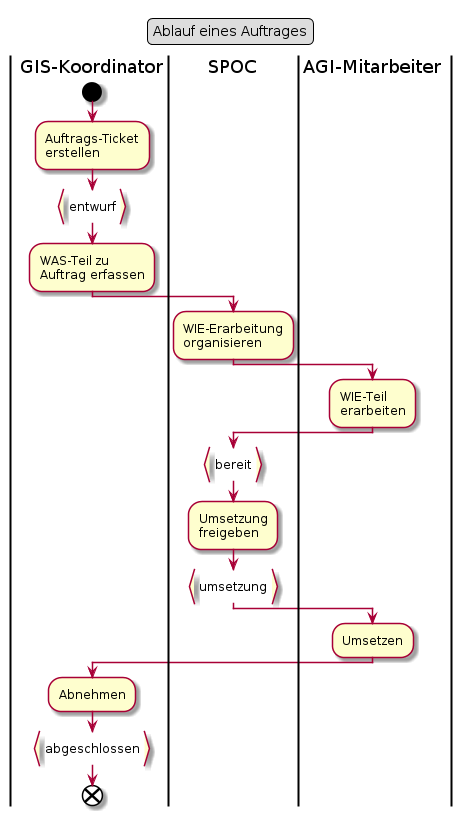
The PlantUML diagram dok/puml_output/flow_auftrag.png in ojeker/docktick, before a commit. The source it was exported from:
```plantuml
@startuml
legend top
	Ablauf eines Auftrages
end legend

|GIS-Koordinator|
start
:Auftrags-Ticket
erstellen;
:entwurf}
:WAS-Teil zu
Auftrag erfassen;
|SPOC|
:WIE-Erarbeitung
organisieren;
|AGI-Mitarbeiter|
:WIE-Teil
erarbeiten;
|SPOC|
:bereit}
:Umsetzung
freigeben;
:umsetzung}
|AGI-Mitarbeiter|
:Umsetzen;
|GIS-Koordinator|
:Abnehmen;
:abgeschlossen}
end
@enduml
```
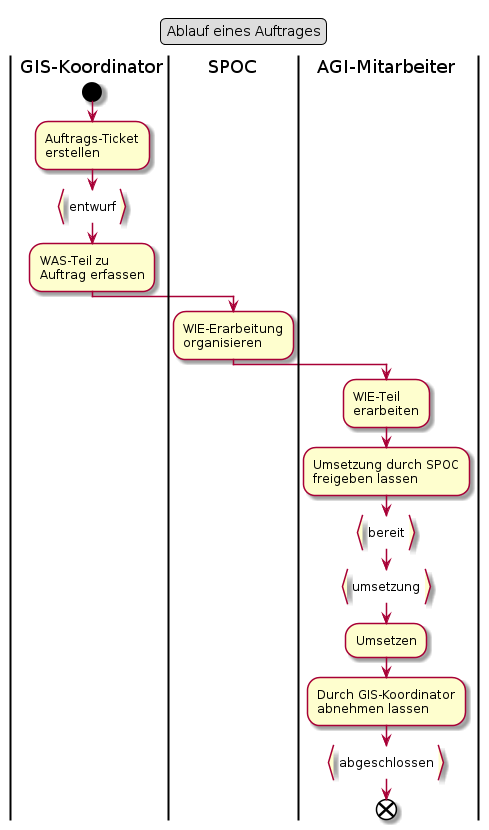
Above is the later version.

Commit message:
Skript: PUML-Diagramme regeneriert und beigefügt

Diff of the diagram source:
```diff
@@ -16,15 +16,13 @@
 |AGI-Mitarbeiter|
 :WIE-Teil
 erarbeiten;
-|SPOC|
+:Umsetzung durch SPOC
+freigeben lassen;
 :bereit}
-:Umsetzung
-freigeben;
 :umsetzung}
-|AGI-Mitarbeiter|
 :Umsetzen;
-|GIS-Koordinator|
-:Abnehmen;
+:Durch GIS-Koordinator
+abnehmen lassen;
 :abgeschlossen}
 end
 @enduml
```
